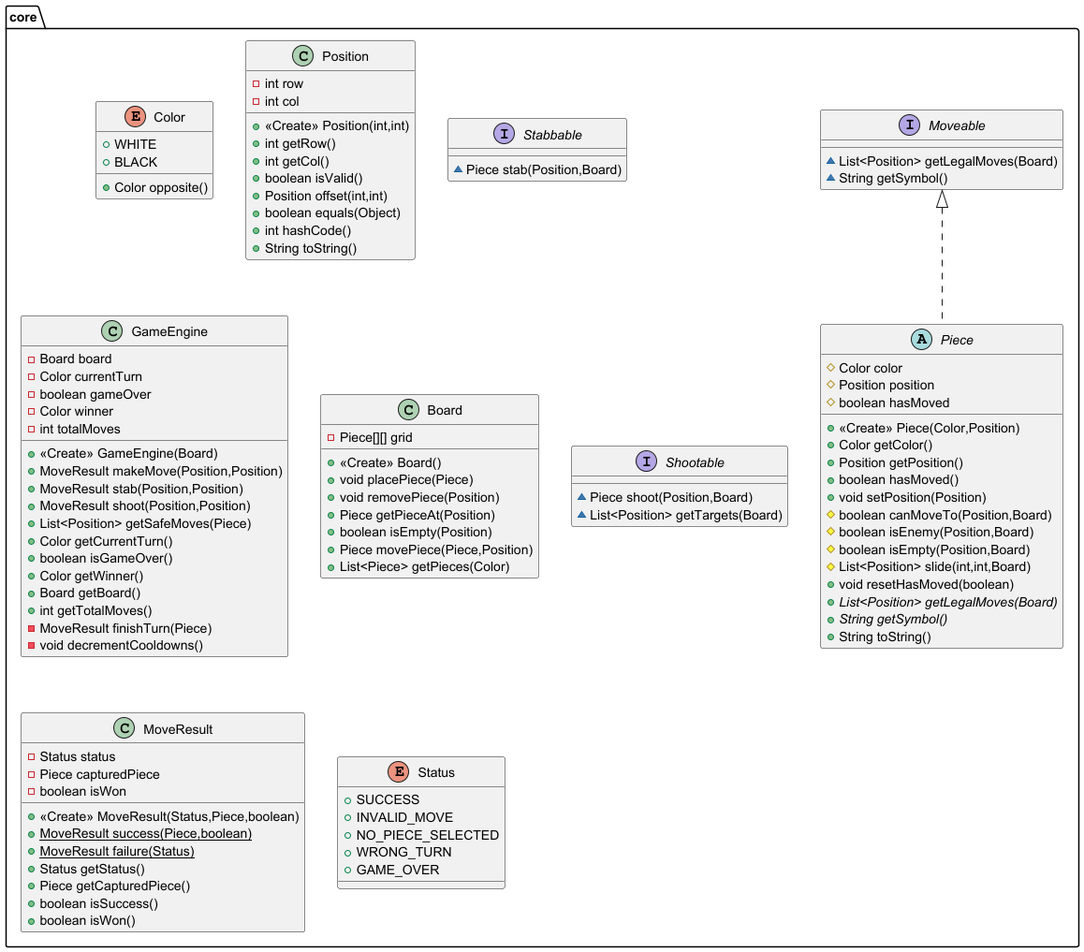
The PlantUML diagram src/main/resources/core_diagram.png in muanxng/Kuroshiro, before a commit.
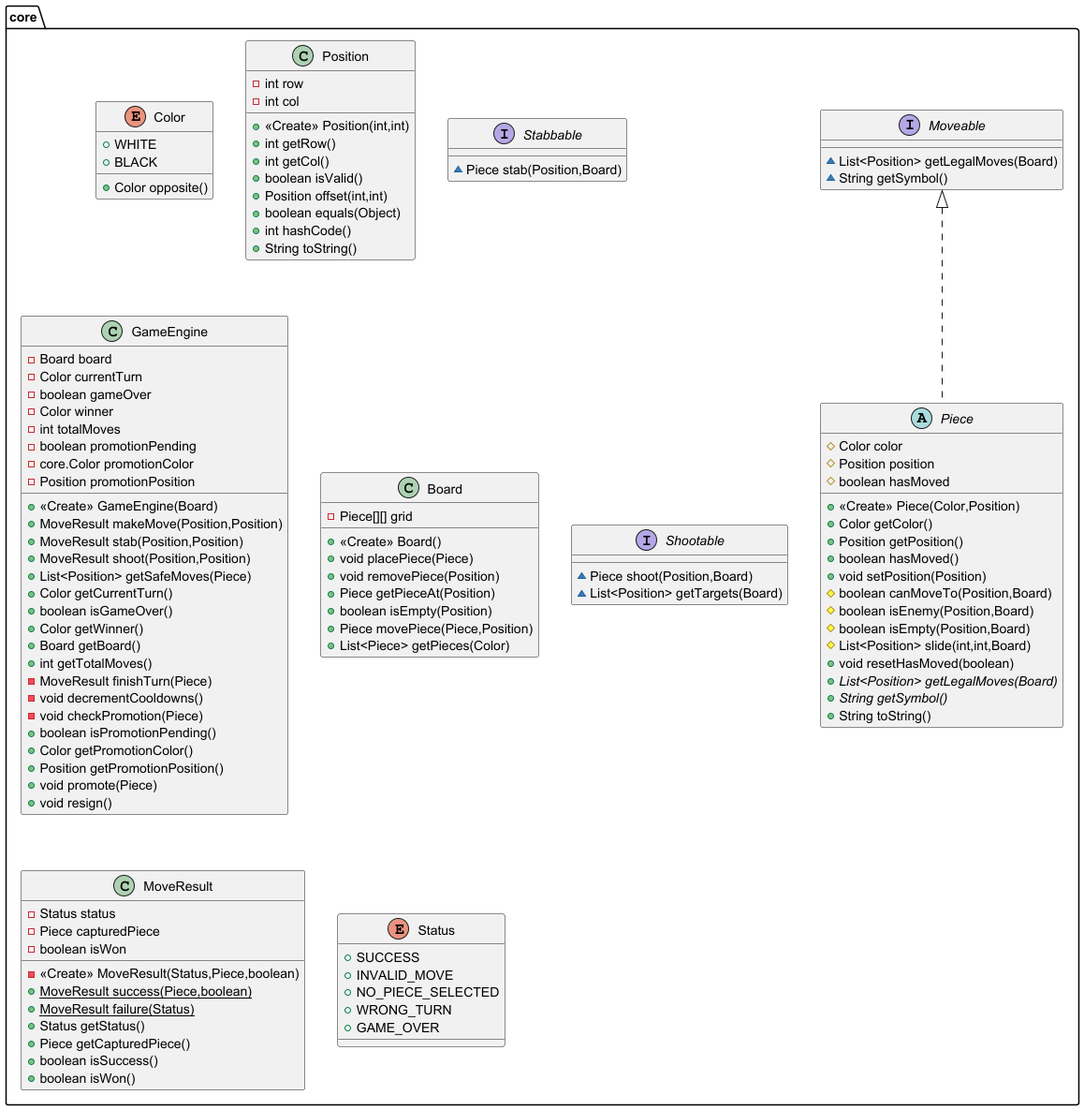
Later version of the same file.

The edit, as a diff of the source:
```diff
@@ -50,6 +50,9 @@
 - boolean gameOver
 - Color winner
 - int totalMoves
+- boolean promotionPending
+- core.Color promotionColor
+- Position promotionPosition
 + <<Create>> GameEngine(Board)
 + MoveResult makeMove(Position,Position)
 + MoveResult stab(Position,Position)
@@ -62,6 +65,12 @@
 + int getTotalMoves()
 - MoveResult finishTurn(Piece)
 - void decrementCooldowns()
+- void checkPromotion(Piece)
++ boolean isPromotionPending()
++ Color getPromotionColor()
++ Position getPromotionPosition()
++ void promote(Piece)
++ void resign()
 }
 
 
@@ -91,7 +100,7 @@
 - Status status
 - Piece capturedPiece
 - boolean isWon
-+ <<Create>> MoveResult(Status,Piece,boolean)
+- <<Create>> MoveResult(Status,Piece,boolean)
 + {static} MoveResult success(Piece,boolean)
 + {static} MoveResult failure(Status)
 + Status getStatus()
```
